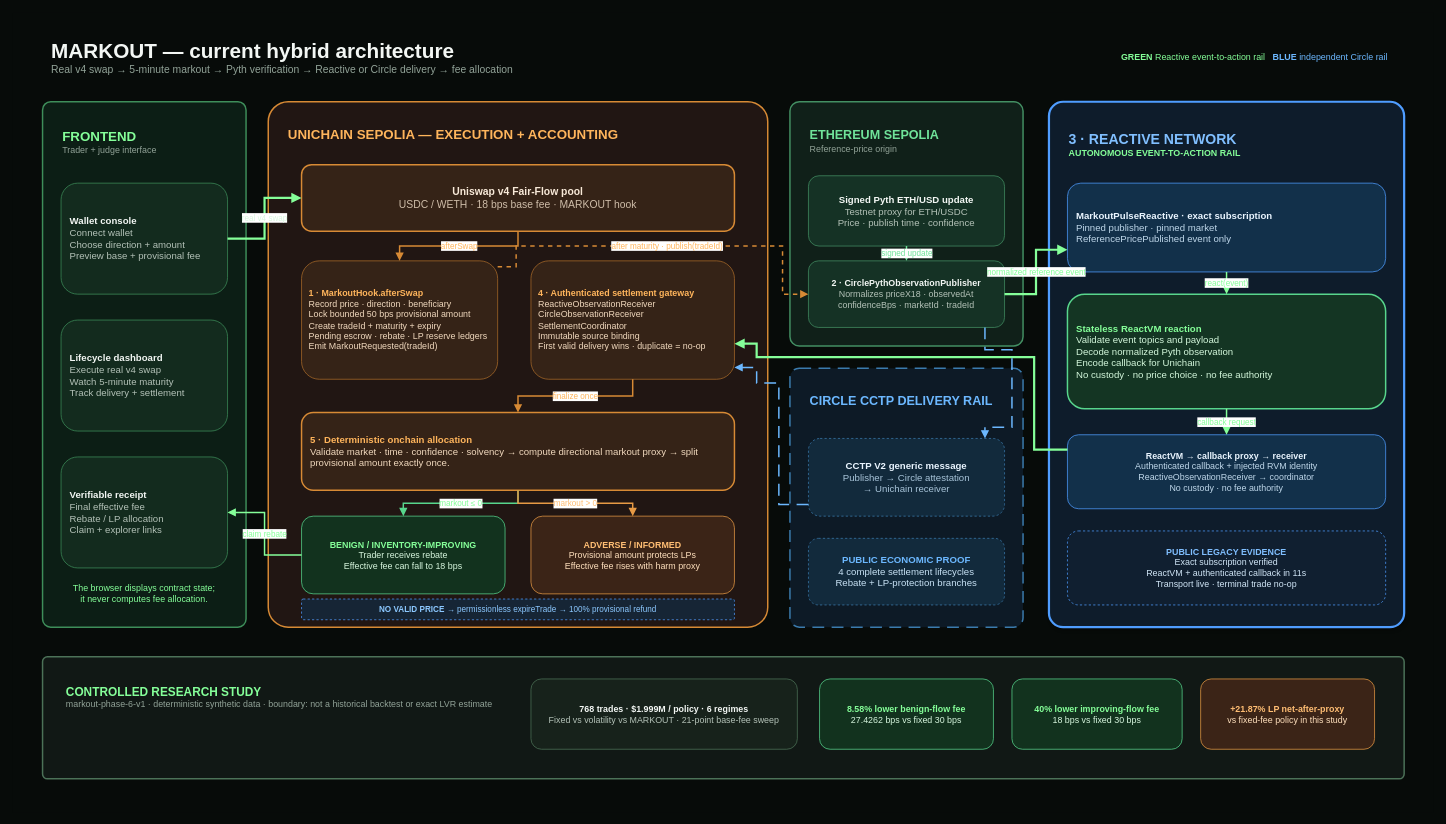
Earlier version of the draw.io diagram page "01 Complete Architecture" (1 of 2) of docs/diagrams/MARKOUT_ARCHITECTURE.drawio (RudraBhaskar9439/markout-hook). Source tidied: cells renumbered, new cells numbered last; positions are measured from the earlier drawing's top-left corner, leaving out a move shared by most shapes. Both pictures are drawn from the tidied source at 74%, with x=0, y=0 at pixel (13, 13).
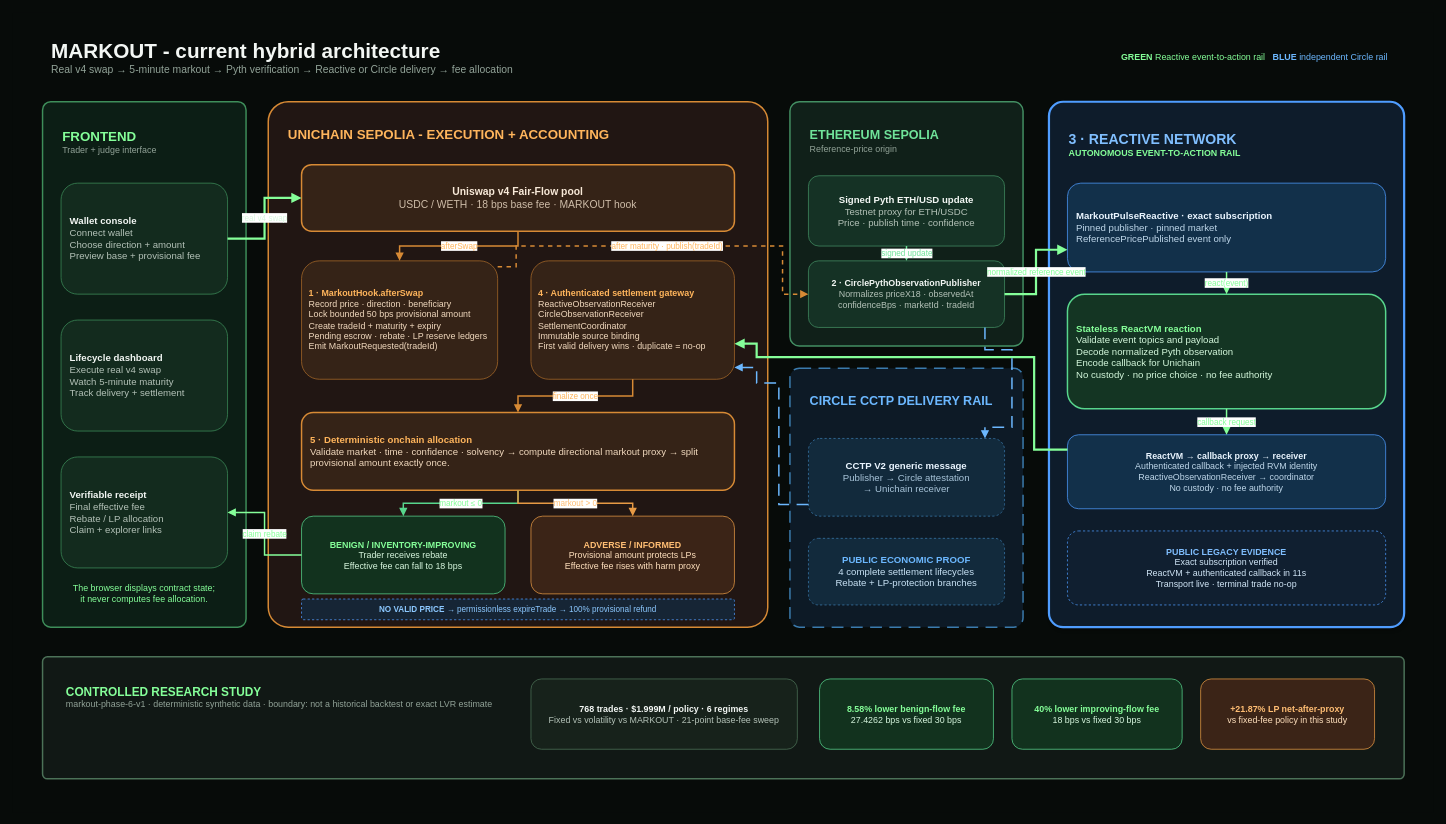
The same diagram, later.

What changed in the source:
```diff
@@
-    <mxCell id="3" value="&lt;font color=&quot;#F3F7F4&quot; style=&quot;font-size: 28px;&quot;&gt;&lt;b&gt;MARKOUT — current hybrid architecture&lt;/b&gt;&lt;/font&gt;&lt;br&gt;&lt;font color=&quot;#92A398&quot; style=&quot;font-size: 14px;&quot;&gt;Real v4 swap → 5-minute markout → Pyth verification → Reactive or Circle delivery → fee allocation&lt;/font&gt;" style="text;html=1;align=left;verticalAlign=middle;whiteSpace=wrap;rounded=0;" parent="1" vertex="1">
+    <mxCell id="3" value="&lt;font color=&quot;#F3F7F4&quot; style=&quot;font-size: 28px;&quot;&gt;&lt;b&gt;MARKOUT - current hybrid architecture&lt;/b&gt;&lt;/font&gt;&lt;br&gt;&lt;font color=&quot;#92A398&quot; style=&quot;font-size: 14px;&quot;&gt;Real v4 swap → 5-minute markout → Pyth verification → Reactive or Circle delivery → fee allocation&lt;/font&gt;" style="text;html=1;align=left;verticalAlign=middle;whiteSpace=wrap;rounded=0;" parent="1" vertex="1">
       <mxGeometry x="50" y="25" width="1000" height="70" as="geometry" />
     </mxCell>
@@
-    <mxCell id="12" value="&lt;font color=&quot;#FFB55C&quot; style=&quot;font-size: 18px;&quot;&gt;&lt;b&gt;UNICHAIN SEPOLIA — EXECUTION + ACCOUNTING&lt;/b&gt;&lt;/font&gt;" style="text;html=1;align=left;verticalAlign=middle;whiteSpace=wrap;" parent="1" vertex="1">
+    <mxCell id="12" value="&lt;font color=&quot;#FFB55C&quot; style=&quot;font-size: 18px;&quot;&gt;&lt;b&gt;UNICHAIN SEPOLIA - EXECUTION + ACCOUNTING&lt;/b&gt;&lt;/font&gt;" style="text;html=1;align=left;verticalAlign=middle;whiteSpace=wrap;" parent="1" vertex="1">
       <mxGeometry x="370" y="145" width="600" height="40" as="geometry" />
     </mxCell>
```
